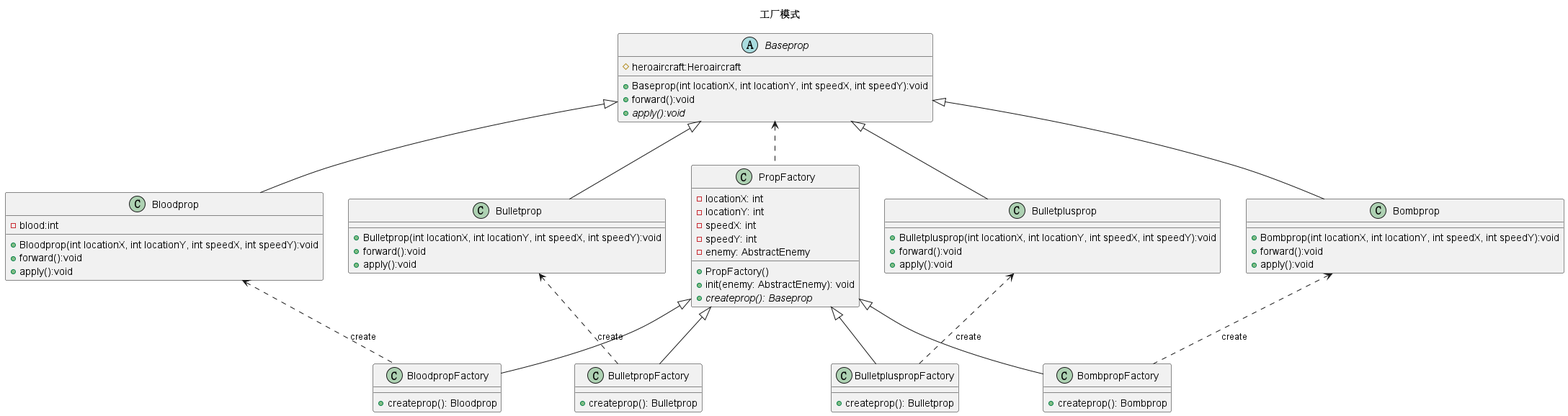
The PlantUML diagram uml图提交/道具工厂类.png in jangyicheng/Java-wargame, before a commit. Its diagram source:
```plantuml
@startuml
title 工厂模式


class PropFactory {
    - locationX: int
    - locationY: int
    - speedX: int
    - speedY: int
    - enemy: AbstractEnemy

    + PropFactory()
    + init(enemy: AbstractEnemy): void
    {abstract} + createprop(): Baseprop
}
class BulletpropFactory extends PropFactory{
    + createprop(): Bulletprop
}
class BulletpluspropFactory extends PropFactory{
    + createprop(): Bulletprop
}
class BloodpropFactory extends PropFactory{
    + createprop(): Bloodprop
}
class BombpropFactory extends PropFactory{
    + createprop(): Bombprop
}
abstract class Baseprop {
#heroaircraft:Heroaircraft
+Baseprop(int locationX, int locationY, int speedX, int speedY):void
+forward():void
+{abstract}apply():void
}


class Bloodprop extends Baseprop{
- blood:int
+Bloodprop(int locationX, int locationY, int speedX, int speedY):void
+forward():void
+apply():void
}

class  Bombprop extends Baseprop{
+ Bombprop(int locationX, int locationY, int speedX, int speedY):void
+forward():void
+apply():void
}


class  Bulletprop extends Baseprop{
+  Bulletprop(int locationX, int locationY, int speedX, int speedY):void
+forward():void
+apply():void
}

class  Bulletplusprop extends Baseprop{
+  Bulletplusprop(int locationX, int locationY, int speedX, int speedY):void
+forward():void
+apply():void
}


Baseprop <.. PropFactory
Bloodprop <.. BloodpropFactory:create
Bombprop <.. BombpropFactory:create
Bulletprop <.. BulletpropFactory:create
Bulletplusprop <.. BulletpluspropFactory:create








@enduml
```
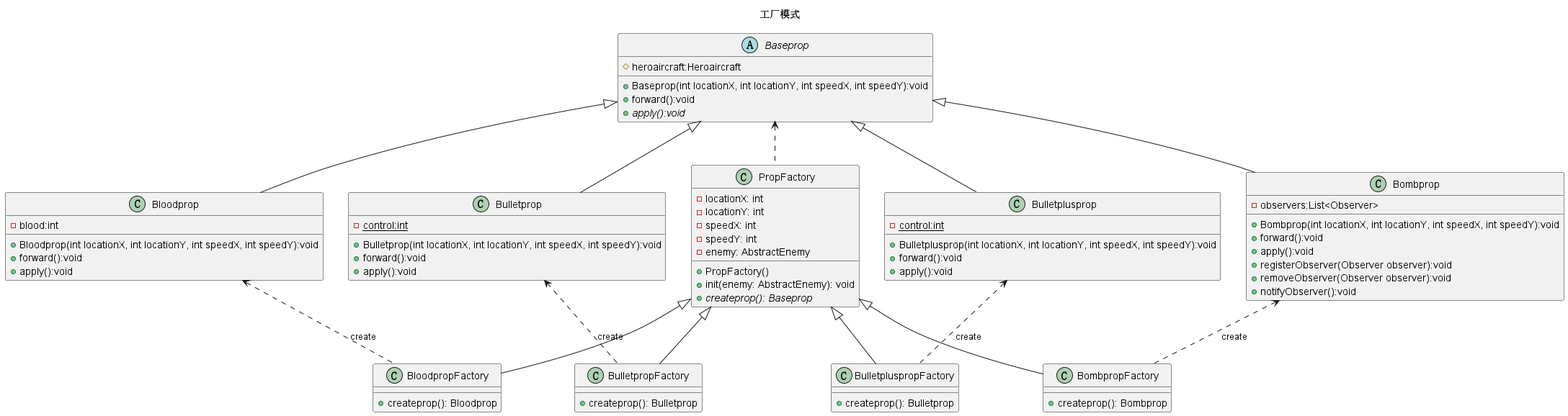
Later version of the same file.

What changed in the source:
```diff
@@ -8,7 +8,6 @@
     - speedX: int
     - speedY: int
     - enemy: AbstractEnemy
-
     + PropFactory()
     + init(enemy: AbstractEnemy): void
     {abstract} + createprop(): Baseprop
@@ -41,19 +40,24 @@
 }
 
 class  Bombprop extends Baseprop{
+-observers:List<Observer>
 + Bombprop(int locationX, int locationY, int speedX, int speedY):void
 +forward():void
 +apply():void
++registerObserver(Observer observer):void
++removeObserver(Observer observer):void
++notifyObserver():void
 }
 
-
 class  Bulletprop extends Baseprop{
+ -{static}control:int
 +  Bulletprop(int locationX, int locationY, int speedX, int speedY):void
 +forward():void
 +apply():void
 }
 
 class  Bulletplusprop extends Baseprop{
+ -{static}control:int
 +  Bulletplusprop(int locationX, int locationY, int speedX, int speedY):void
 +forward():void
 +apply():void
```
